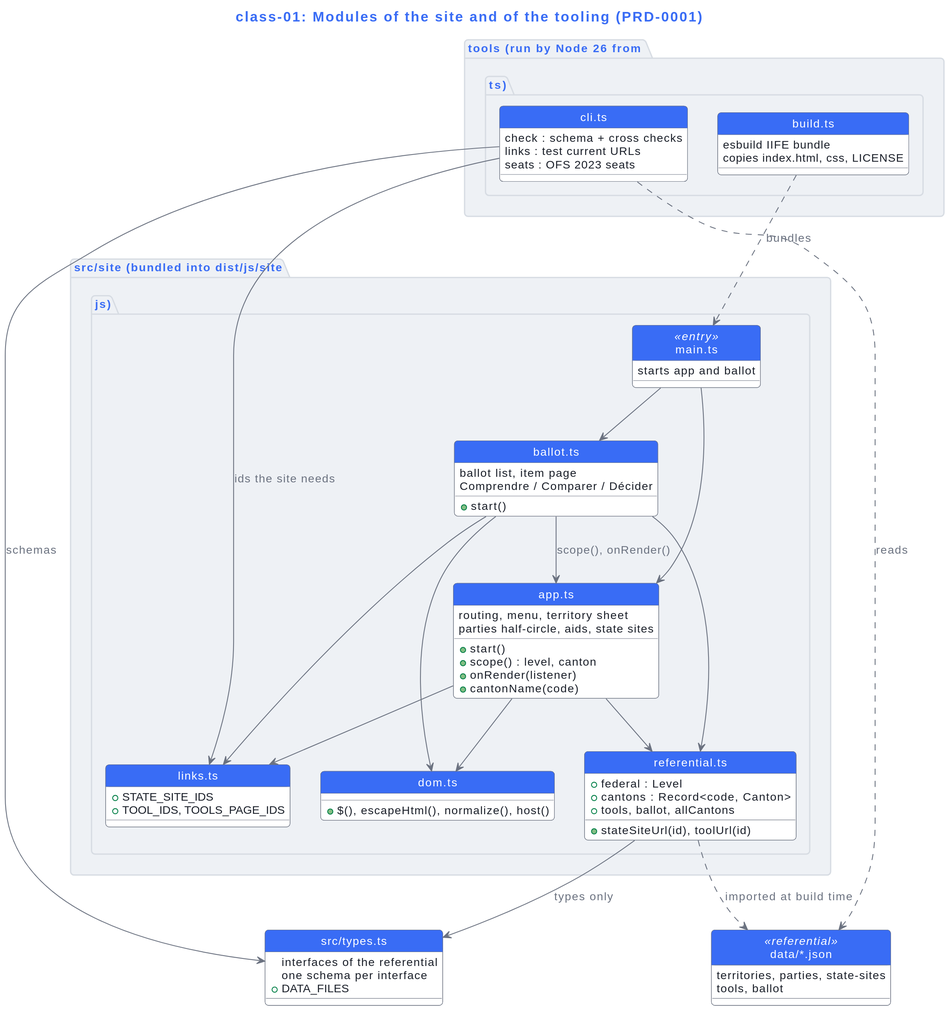
Earlier version of the PlantUML export docs/plans/active/swiss-politics-launcher/views/class-01-modules.svg (VictorHueni/civic-compass).
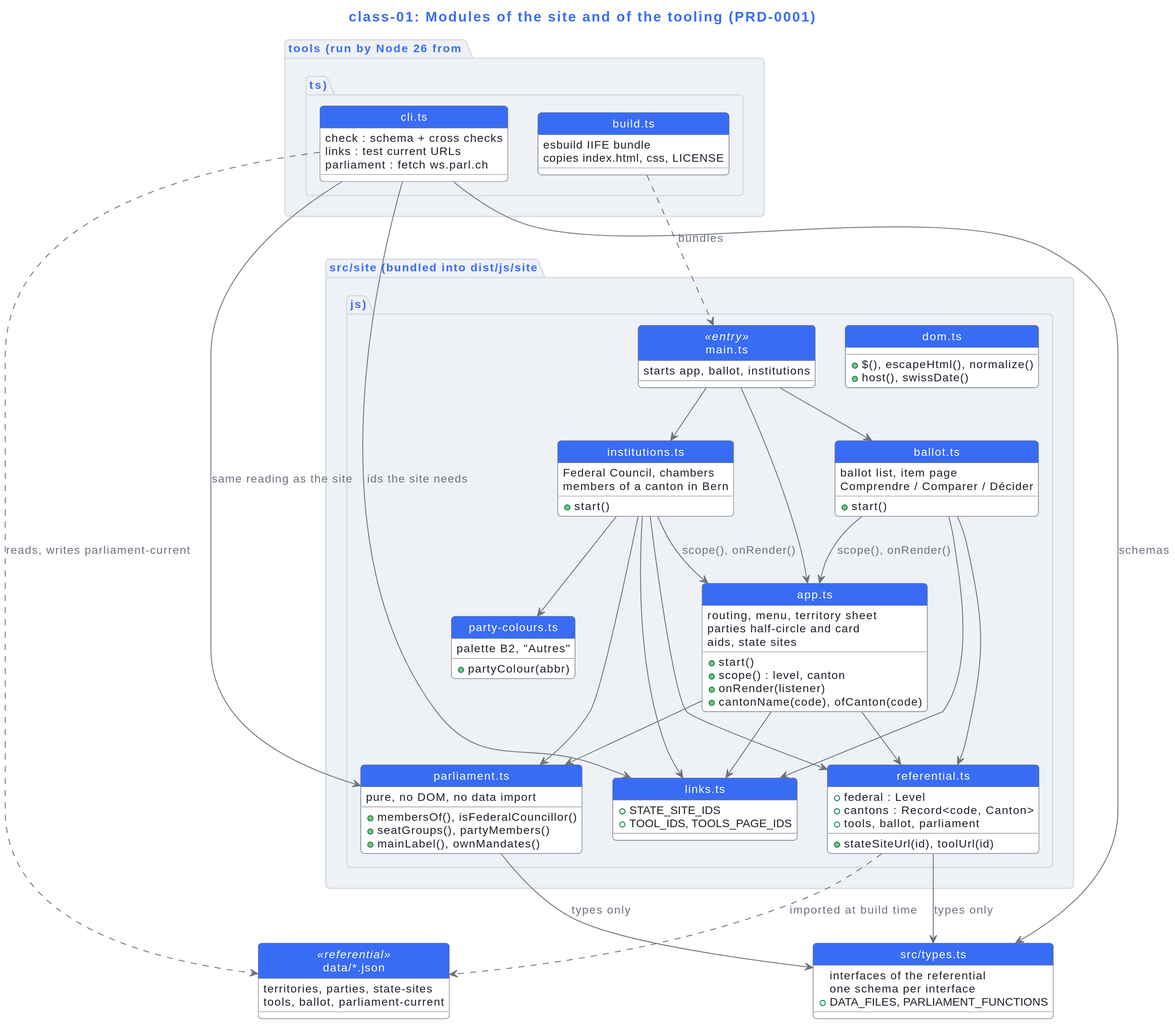
After the change.

The edit, as a diff of the source:
```diff
@@ -4,25 +4,41 @@
 
 package "src/site (bundled into dist/js/site.js)" {
   class "main.ts" as main <<entry>> {
-    starts app and ballot
+    starts app, ballot, institutions
   }
   class "app.ts" as app {
     +start()
     +scope() : level, canton
     +onRender(listener)
-    +cantonName(code)
+    +cantonName(code), ofCanton(code)
     routing, menu, territory sheet
-    parties half-circle, aids, state sites
+    parties half-circle and card
+    aids, state sites
   }
   class "ballot.ts" as ballot {
     +start()
     ballot list, item page
     Comprendre / Comparer / Décider
   }
+  class "institutions.ts" as inst {
+    +start()
+    Federal Council, chambers
+    members of a canton in Bern
+  }
+  class "parliament.ts" as parl {
+    +membersOf(), isFederalCouncillor()
+    +seatGroups(), partyMembers()
+    +mainLabel(), ownMandates()
+    pure, no DOM, no data import
+  }
+  class "party-colours.ts" as colours {
+    +partyColour(abbr)
+    palette B2, "Autres"
+  }
   class "referential.ts" as ref {
     +federal : Level
     +cantons : Record<code, Canton>
-    +tools, ballot, allCantons
+    +tools, ballot, parliament
     +stateSiteUrl(id), toolUrl(id)
   }
   class "links.ts" as links {
@@ -30,21 +46,22 @@
     +TOOL_IDS, TOOLS_PAGE_IDS
   }
   class "dom.ts" as dom {
-    +$(), escapeHtml(), normalize(), host()
+    +$(), escapeHtml(), normalize()
+    +host(), swissDate()
   }
 }
 
 class "src/types.ts" as types {
   interfaces of the referential
   one schema per interface
-  +DATA_FILES
+  +DATA_FILES, PARLIAMENT_FUNCTIONS
 }
 
 package "tools (run by Node 26 from .ts)" {
   class "cli.ts" as cli {
     check : schema + cross checks
     links : test current URLs
-    seats : OFS 2023 seats
+    parliament : fetch ws.parl.ch
   }
   class "build.ts" as build {
     esbuild IIFE bundle
@@ -54,22 +71,29 @@
 
 class "data/*.json" as data <<referential>> {
   territories, parties, state-sites
-  tools, ballot
+  tools, ballot, parliament-current
 }
 
 main --> app
 main --> ballot
+main --> inst
 ballot --> app : scope(), onRender()
+inst --> app : scope(), onRender()
 app --> ref
 ballot --> ref
+inst --> ref
+app --> parl
+inst --> parl
+inst --> colours
 app --> links
 ballot --> links
-app --> dom
-ballot --> dom
+inst --> links
 ref --> types : types only
+parl --> types : types only
 ref ..> data : imported at build time
 cli --> types : schemas
 cli --> links : ids the site needs
-cli ..> data : reads
+cli --> parl : same reading as the site
+cli ..> data : reads, writes parliament-current
 build ..> main : bundles
 @enduml
```
